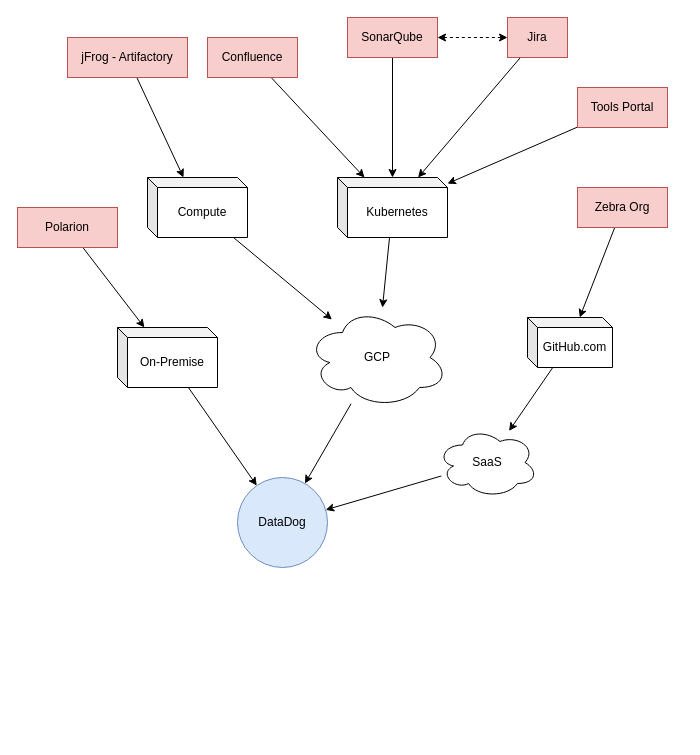
Earlier version of the draw.io diagram Infrastructure Map.drawio (Guignards/Guignards). Source tidied: cells renumbered, new cells numbered last; positions are measured from the earlier drawing's top-left corner, leaving out a move shared by most shapes. Both pictures are drawn from the tidied source at 100%, with x=0, y=0 at pixel (17, 17).
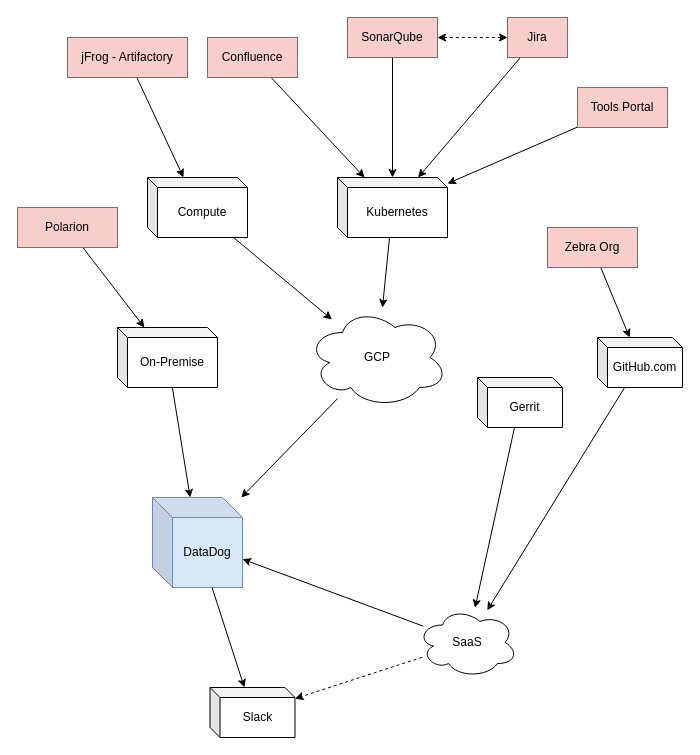
Above is the later version.

What changed in the source:
```diff
@@
+    <mxCell id="30" style="rounded=0;jettySize=auto;html=1;" parent="1" edge="1" source="2" target="34">
+      <mxGeometry relative="1" as="geometry" />
+    </mxCell>
-    <mxCell id="2" value="DataDog" style="ellipse;whiteSpace=wrap;html=1;fillColor=#dae8fc;strokeColor=#6c8ebf;" parent="1" vertex="1">
-      <mxGeometry x="220" y="460" width="90" height="90" as="geometry" />
+    <mxCell id="2" value="DataDog" style="whiteSpace=wrap;html=1;fillColor=#dae8fc;strokeColor=#6c8ebf;shape=cube;boundedLbl=1;backgroundOutline=1;darkOpacity=0.05;darkOpacity2=0.1;" parent="1" vertex="1">
+      <mxGeometry x="135" y="480" width="90" height="90" as="geometry" />
     </mxCell>
@@
     <mxCell id="25" value="GitHub.com" style="shape=cube;whiteSpace=wrap;html=1;boundedLbl=1;backgroundOutline=1;darkOpacity=0.05;darkOpacity2=0.1;size=10;" parent="1" vertex="1">
-      <mxGeometry x="510" y="300" width="85" height="50" as="geometry" />
+      <mxGeometry x="580" y="320" width="85" height="50" as="geometry" />
     </mxCell>
@@
     <mxCell id="27" value="Zebra Org" style="shape=label;whiteSpace=wrap;html=1;boundedLbl=1;backgroundOutline=1;darkOpacity=0.05;darkOpacity2=0.1;rounded=0;fillColor=#f8cecc;strokeColor=#b85450;" parent="1" vertex="1">
-      <mxGeometry x="560" y="170" width="90" height="40" as="geometry" />
+      <mxGeometry x="530" y="210" width="90" height="40" as="geometry" />
     </mxCell>
@@
+    <mxCell id="31" style="rounded=0;jettySize=auto;html=1;dashed=1;" parent="1" edge="1" source="29" target="34">
+      <mxGeometry relative="1" as="geometry" />
+    </mxCell>
     <mxCell id="29" value="SaaS" style="ellipse;shape=cloud;whiteSpace=wrap;html=1;" parent="1" vertex="1">
-      <mxGeometry x="420" y="410" width="100" height="70" as="geometry" />
+      <mxGeometry x="400" y="590" width="100" height="70" as="geometry" />
     </mxCell>
+    <mxCell id="32" style="rounded=0;jettySize=auto;html=1;" parent="1" edge="1" source="33" target="29">
+      <mxGeometry relative="1" as="geometry" />
+    </mxCell>
+    <mxCell id="33" value="Gerrit" style="shape=cube;whiteSpace=wrap;html=1;boundedLbl=1;backgroundOutline=1;darkOpacity=0.05;darkOpacity2=0.1;size=10;" parent="1" vertex="1">
+      <mxGeometry x="460" y="360" width="85" height="50" as="geometry" />
+    </mxCell>
+    <mxCell id="34" value="Slack" style="shape=cube;whiteSpace=wrap;html=1;boundedLbl=1;backgroundOutline=1;darkOpacity=0.05;darkOpacity2=0.1;size=10;" parent="1" vertex="1">
+      <mxGeometry x="192.5" y="670" width="85" height="50" as="geometry" />
+    </mxCell>
```
